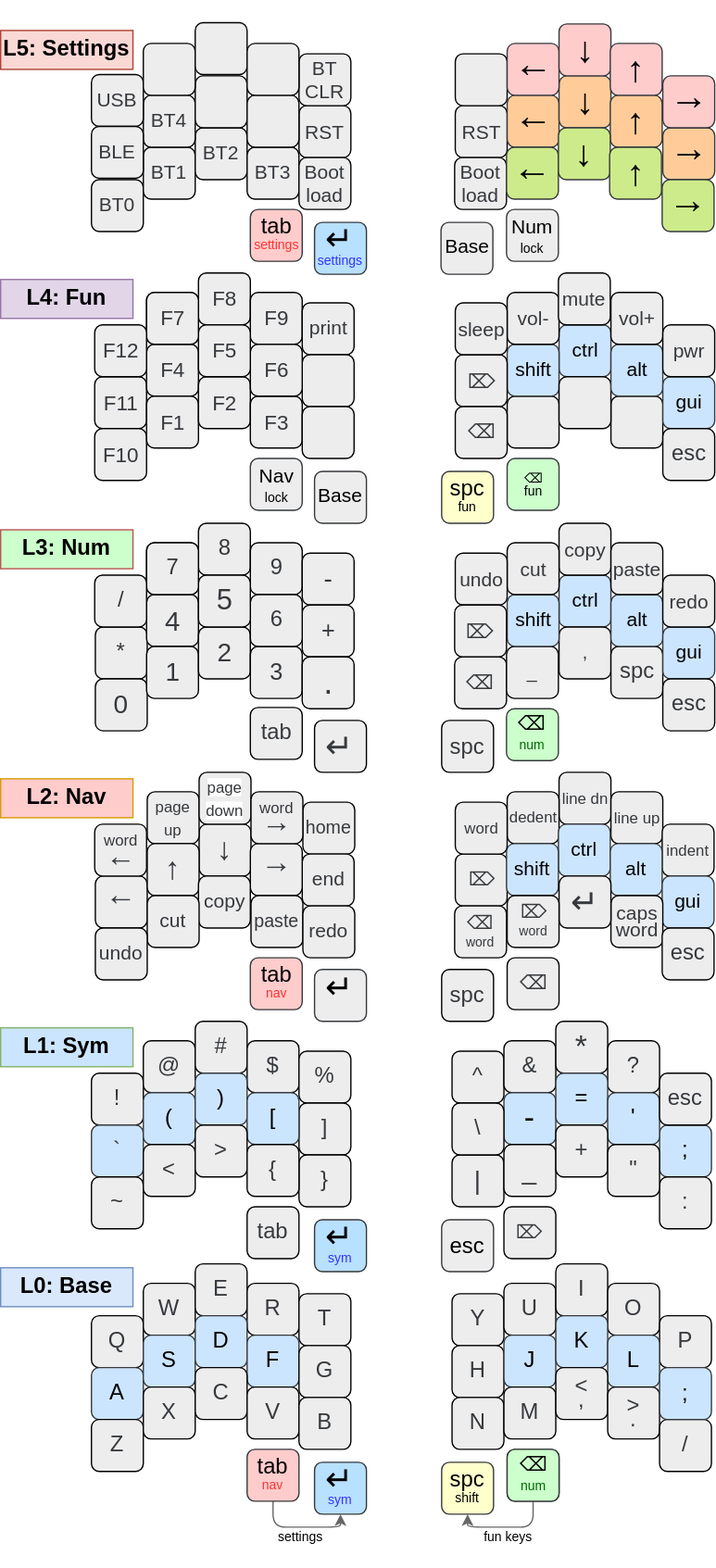
Before: images/Keymap.drawio.svg, a diagram exported from draw.io (glenn20/zmk-sweep). Source tidied: cells renumbered, new cells last; positions are measured from the earlier drawing's top-left corner, leaving out a move shared by most shapes.
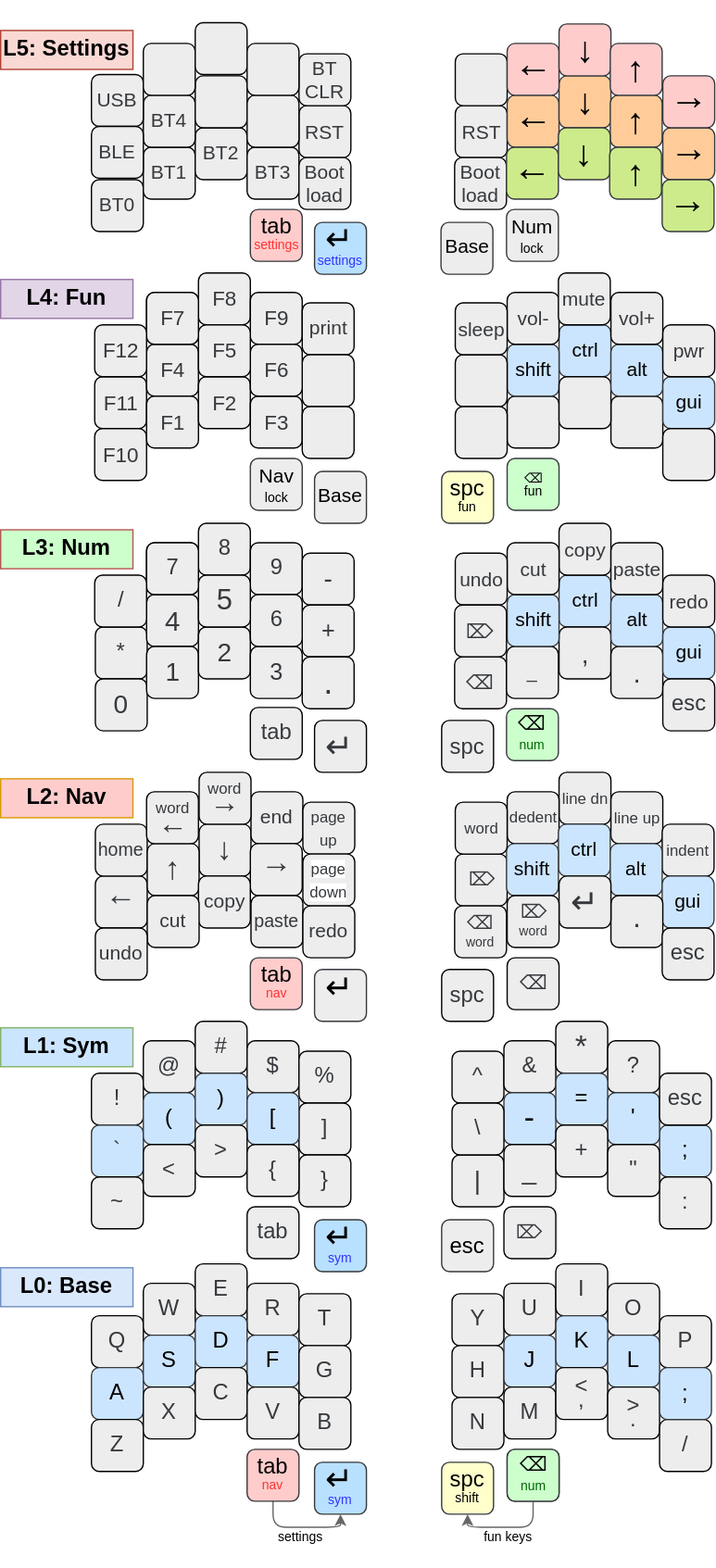
After the change.

What changed in the source:
```diff
@@ -215,16 +215,16 @@
       <mxGeometry x="73" y="658" width="40" height="40" as="geometry" />
     </mxCell>
     <mxCell id="71" value="&lt;font style=&quot;font-size: 14px;&quot;&gt;home&lt;/font&gt;" style="whiteSpace=wrap;html=1;fontSize=17;fontFamily=Helvetica;fontStyle=0;fontColor=#36393D;fillColor=#EDEDED;rounded=1;strokeColor=#000000;" parent="1" vertex="1">
-      <mxGeometry x="233" y="601" width="40" height="40" as="geometry" />
+      <mxGeometry x="73" y="618" width="40" height="40" as="geometry" />
     </mxCell>
     <mxCell id="72" value="↓" style="whiteSpace=wrap;html=1;fontSize=24;fontFamily=Helvetica;fontStyle=0;fontColor=#36393D;fillColor=#EDEDED;rounded=1;strokeColor=#000000;" parent="1" vertex="1">
       <mxGeometry x="153" y="618" width="40" height="40" as="geometry" />
     </mxCell>
     <mxCell id="73" value="&lt;font style=&quot;font-size: 15px;&quot;&gt;end&lt;/font&gt;" style="whiteSpace=wrap;html=1;fontSize=17;fontFamily=Helvetica;fontStyle=0;fontColor=#36393D;fillColor=#EDEDED;rounded=1;strokeColor=#000000;" parent="1" vertex="1">
-      <mxGeometry x="232.5" y="641" width="40" height="40" as="geometry" />
+      <mxGeometry x="193" y="593" width="40" height="40" as="geometry" />
     </mxCell>
     <mxCell id="74" value="&lt;p style=&quot;line-height: 0%;&quot;&gt;&lt;span style=&quot;font-size: 12px;&quot;&gt;page&lt;/span&gt;&lt;/p&gt;&lt;p style=&quot;line-height: 0%;&quot;&gt;&lt;span style=&quot;font-size: 12px;&quot;&gt;up&lt;/span&gt;&lt;/p&gt;" style="whiteSpace=wrap;html=1;fontSize=17;fontFamily=Helvetica;fontStyle=0;fontColor=#36393D;fillColor=#EDEDED;rounded=1;strokeColor=#000000;" parent="1" vertex="1">
-      <mxGeometry x="113" y="593" width="40" height="40" as="geometry" />
+      <mxGeometry x="233" y="601" width="40" height="40" as="geometry" />
     </mxCell>
     <mxCell id="75" value="&lt;p style=&quot;line-height: 80%;&quot;&gt;&lt;span style=&quot;font-size: 12px;&quot;&gt;dedent&lt;/span&gt;&lt;/p&gt;" style="whiteSpace=wrap;html=1;fontSize=14;fontFamily=Helvetica;fontStyle=0;fontColor=#36393D;fillColor=#EDEDED;rounded=1;strokeColor=#000000;" parent="1" vertex="1">
       <mxGeometry x="390.5" y="593" width="40" height="40" as="geometry" />
@@ -245,7 +245,7 @@
       <mxGeometry x="470" y="633" width="40" height="40" as="geometry" />
     </mxCell>
     <mxCell id="81" value="&lt;p style=&quot;line-height: 90%;&quot;&gt;&lt;span style=&quot;border-color: var(--border-color); color: rgb(54, 57, 61); font-family: Helvetica; font-style: normal; font-variant-ligatures: normal; font-variant-caps: normal; font-weight: 400; letter-spacing: normal; orphans: 2; text-align: center; text-indent: 0px; text-transform: none; widows: 2; word-spacing: 0px; -webkit-text-stroke-width: 0px; background-color: rgb(255, 255, 255); text-decoration-thickness: initial; text-decoration-style: initial; text-decoration-color: initial; font-size: 12px; float: none; display: inline !important;&quot;&gt;page&lt;/span&gt;&lt;br style=&quot;border-color: var(--border-color); color: rgb(54, 57, 61); font-family: Helvetica; font-style: normal; font-variant-ligatures: normal; font-variant-caps: normal; font-weight: 400; letter-spacing: normal; orphans: 2; text-align: center; text-indent: 0px; text-transform: none; widows: 2; word-spacing: 0px; -webkit-text-stroke-width: 0px; background-color: rgb(255, 255, 255); text-decoration-thickness: initial; text-decoration-style: initial; text-decoration-color: initial; font-size: 12px;&quot;&gt;&lt;span style=&quot;border-color: var(--border-color); color: rgb(54, 57, 61); font-family: Helvetica; font-style: normal; font-variant-ligatures: normal; font-variant-caps: normal; font-weight: 400; letter-spacing: normal; orphans: 2; text-align: center; text-indent: 0px; text-transform: none; widows: 2; word-spacing: 0px; -webkit-text-stroke-width: 0px; background-color: rgb(255, 255, 255); text-decoration-thickness: initial; text-decoration-style: initial; text-decoration-color: initial; font-size: 12px; float: none; display: inline !important;&quot;&gt;down&lt;/span&gt;&lt;/p&gt;" style="whiteSpace=wrap;html=1;fontSize=17;fontFamily=Helvetica;fontStyle=0;fontColor=#36393D;fillColor=#EDEDED;rounded=1;strokeColor=#000000;" parent="1" vertex="1">
-      <mxGeometry x="153" y="578" width="40" height="40" as="geometry" />
+      <mxGeometry x="233" y="641" width="40" height="40" as="geometry" />
     </mxCell>
     <mxCell id="82" value="&lt;font style=&quot;font-size: 15px;&quot;&gt;gui&lt;/font&gt;" style="whiteSpace=wrap;html=1;fontSize=17;fontFamily=Helvetica;fontStyle=0;fillColor=#cce5ff;rounded=1;strokeColor=#36393d;" parent="1" vertex="1">
       <mxGeometry x="510" y="658" width="40" height="40" as="geometry" />
@@ -310,7 +310,7 @@
     <mxCell id="102" value="&lt;b&gt;L5: Settings&lt;/b&gt;" style="rounded=0;whiteSpace=wrap;html=1;fontFamily=Helvetica;fontSize=17;fillColor=#fad9d5;strokeColor=#ae4132;fontStyle=0;" parent="1" vertex="1">
       <mxGeometry y="6" width="102" height="30" as="geometry" />
     </mxCell>
-    <mxCell id="103" value="&lt;font style=&quot;font-size: 15px;&quot;&gt;caps&lt;/font&gt;&lt;div style=&quot;line-height: 50%; font-size: 15px;&quot;&gt;&lt;font style=&quot;font-size: 15px;&quot;&gt;word&lt;/font&gt;&lt;/div&gt;" style="whiteSpace=wrap;html=1;fontSize=15;fontFamily=Helvetica;fontStyle=0;fontColor=#36393D;fillColor=#EDEDED;rounded=1;strokeColor=#000000;spacingTop=-4;" parent="1" vertex="1">
+    <mxCell id="103" value="&lt;font style=&quot;font-size: 22px;&quot;&gt;.&lt;/font&gt;" style="whiteSpace=wrap;html=1;fontSize=15;fontFamily=Helvetica;fontStyle=0;fontColor=#36393D;fillColor=#EDEDED;rounded=1;strokeColor=#000000;spacingTop=-4;" parent="1" vertex="1">
       <mxGeometry x="470.5" y="673" width="40" height="40" as="geometry" />
     </mxCell>
     <mxCell id="104" value="&lt;font style=&quot;font-size: 12px;&quot;&gt;word&lt;/font&gt;" style="whiteSpace=wrap;html=1;fontSize=17;fontFamily=Helvetica;fontStyle=0;fontColor=#36393D;fillColor=#EDEDED;rounded=1;strokeColor=#000000;" parent="1" vertex="1">
@@ -379,13 +379,13 @@
     <mxCell id="125" value="&lt;font style=&quot;font-size: 15px;&quot;&gt;ctrl&lt;/font&gt;" style="whiteSpace=wrap;html=1;fontSize=17;fontFamily=Helvetica;fontStyle=0;fillColor=#cce5ff;rounded=1;strokeColor=#36393d;" parent="1" vertex="1">
       <mxGeometry x="430.5" y="426" width="40" height="40" as="geometry" />
     </mxCell>
-    <mxCell id="126" value="," style="whiteSpace=wrap;html=1;fontSize=14;fontFamily=Helvetica;fontStyle=0;fontColor=#36393D;fillColor=#EDEDED;rounded=1;strokeColor=#000000;" parent="1" vertex="1">
+    <mxCell id="126" value="&lt;font style=&quot;font-size: 20px;&quot;&gt;,&lt;/font&gt;" style="whiteSpace=wrap;html=1;fontSize=14;fontFamily=Helvetica;fontStyle=0;fontColor=#36393D;fillColor=#EDEDED;rounded=1;strokeColor=#000000;" parent="1" vertex="1">
       <mxGeometry x="430.5" y="466" width="40" height="40" as="geometry" />
     </mxCell>
     <mxCell id="127" value="&lt;font style=&quot;font-size: 15px;&quot;&gt;shift&lt;/font&gt;" style="whiteSpace=wrap;html=1;fontSize=17;fontFamily=Helvetica;fontStyle=0;fillColor=#cce5ff;rounded=1;strokeColor=#36393d;" parent="1" vertex="1">
       <mxGeometry x="390.5" y="441" width="40" height="40" as="geometry" />
     </mxCell>
-    <mxCell id="128" value="spc" style="whiteSpace=wrap;html=1;fontSize=17;fontFamily=Helvetica;fontStyle=0;fontColor=#36393D;fillColor=#EDEDED;rounded=1;strokeColor=#000000;" parent="1" vertex="1">
+    <mxCell id="128" value="&lt;font style=&quot;font-size: 21px;&quot;&gt;.&lt;/font&gt;" style="whiteSpace=wrap;html=1;fontSize=17;fontFamily=Helvetica;fontStyle=0;fontColor=#36393D;fillColor=#EDEDED;rounded=1;strokeColor=#000000;" parent="1" vertex="1">
       <mxGeometry x="470.5" y="481" width="40" height="40" as="geometry" />
     </mxCell>
     <mxCell id="129" value="&lt;font style=&quot;font-size: 15px;&quot;&gt;alt&lt;/font&gt;" style="whiteSpace=wrap;html=1;fontSize=17;fontFamily=Helvetica;fontStyle=0;fillColor=#cce5ff;rounded=1;strokeColor=#36393d;" parent="1" vertex="1">
@@ -493,7 +493,7 @@
     <mxCell id="163" value="mute" style="whiteSpace=wrap;html=1;fontSize=15;fontFamily=Helvetica;fontStyle=0;fontColor=#36393D;fillColor=#EDEDED;rounded=1;strokeColor=#000000;" parent="1" vertex="1">
       <mxGeometry x="430" y="193" width="40" height="40" as="geometry" />
     </mxCell>
-    <mxCell id="164" value="esc" style="whiteSpace=wrap;html=1;rotation=0;fontSize=17;fontFamily=Helvetica;fontStyle=0;fontColor=#36393D;fillColor=#EDEDED;strokeColor=#000000;rounded=1;" parent="1" vertex="1">
+    <mxCell id="164" style="whiteSpace=wrap;html=1;rotation=0;fontSize=17;fontFamily=Helvetica;fontStyle=0;fontColor=#36393D;fillColor=#EDEDED;strokeColor=#000000;rounded=1;" parent="1" vertex="1">
       <mxGeometry x="510.5" y="313" width="40" height="40" as="geometry" />
     </mxCell>
     <mxCell id="165" style="edgeStyle=orthogonalEdgeStyle;rounded=1;jettySize=auto;html=1;exitX=0.5;exitY=1;exitDx=0;exitDy=0;entryX=0.5;entryY=1;entryDx=0;entryDy=0;strokeColor=#666666;" parent="1" edge="1" source="166" target="85">
@@ -549,7 +549,7 @@
     <mxCell id="180" value="&lt;p style=&quot;line-height: 60%; font-size: 26px;&quot;&gt;&lt;font style=&quot;font-size: 26px;&quot;&gt;↵&lt;/font&gt;&lt;br style=&quot;font-size: 26px;&quot;&gt;&lt;/p&gt;" style="whiteSpace=wrap;html=1;rotation=0;fontSize=26;fontFamily=Helvetica;fontStyle=0;fontColor=#36393D;fillColor=#EDEDED;rounded=1;strokeColor=#000000;" parent="1" vertex="1">
       <mxGeometry x="242" y="538" width="40" height="40" as="geometry" />
     </mxCell>
-    <mxCell id="181" value="&lt;span style=&quot;color: rgb(54, 57, 61); font-family: Helvetica; font-size: 15px; font-style: normal; font-variant-ligatures: normal; font-variant-caps: normal; font-weight: 400; letter-spacing: normal; orphans: 2; text-align: center; text-indent: 0px; text-transform: none; widows: 2; word-spacing: 0px; -webkit-text-stroke-width: 0px; text-decoration-thickness: initial; text-decoration-style: initial; text-decoration-color: initial; float: none; display: inline !important;&quot;&gt;⌦&lt;/span&gt;" style="whiteSpace=wrap;html=1;fontSize=15;fontFamily=Helvetica;fontStyle=0;fillColor=#EDEDED;strokeColor=#000000;fontColor=#36393D;rounded=1;" parent="1" vertex="1">
+    <mxCell id="181" style="whiteSpace=wrap;html=1;fontSize=15;fontFamily=Helvetica;fontStyle=0;fillColor=#EDEDED;strokeColor=#000000;fontColor=#36393D;rounded=1;" parent="1" vertex="1">
       <mxGeometry x="350.5" y="256" width="40" height="40" as="geometry" />
     </mxCell>
     <mxCell id="182" value="&lt;font style=&quot;font-size: 15px;&quot;&gt;copy&lt;/font&gt;" style="whiteSpace=wrap;html=1;fontSize=17;fontFamily=Helvetica;fontStyle=0;fontColor=#36393D;fillColor=#EDEDED;rounded=1;strokeColor=#000000;" parent="1" vertex="1">
@@ -568,10 +568,10 @@
       <mxGeometry x="73" y="698" width="40" height="40" as="geometry" />
     </mxCell>
     <mxCell id="187" value="&lt;p style=&quot;line-height: 0%; font-size: 12px;&quot;&gt;&lt;font style=&quot;font-size: 12px;&quot;&gt;word&lt;/font&gt;&lt;/p&gt;&lt;p style=&quot;line-height: 0%;&quot;&gt;&lt;span style=&quot;background-color: initial;&quot;&gt;&lt;font style=&quot;font-size: 23px;&quot;&gt;←&lt;/font&gt;&lt;/span&gt;&lt;/p&gt;" style="whiteSpace=wrap;html=1;fontSize=12;fontFamily=Helvetica;fontStyle=0;fillColor=#EDEDED;strokeColor=#000000;fontColor=#36393D;rounded=1;verticalAlign=middle;spacingTop=0;" parent="1" vertex="1">
-      <mxGeometry x="72.5" y="618" width="40" height="40" as="geometry" />
+      <mxGeometry x="112.5" y="593" width="40" height="40" as="geometry" />
     </mxCell>
     <mxCell id="188" value="&lt;p style=&quot;line-height: 80%;&quot;&gt;word&lt;br&gt;&lt;font style=&quot;font-size: 23px;&quot;&gt;→&lt;/font&gt;&lt;/p&gt;" style="whiteSpace=wrap;html=1;fontSize=12;fontFamily=Helvetica;fontStyle=0;fontColor=#36393D;fillColor=#EDEDED;rounded=1;strokeColor=#000000;spacingTop=0;" parent="1" vertex="1">
-      <mxGeometry x="193" y="593" width="40" height="40" as="geometry" />
+      <mxGeometry x="153" y="578" width="40" height="40" as="geometry" />
     </mxCell>
     <mxCell id="189" value="&lt;p style=&quot;line-height: 60%; font-size: 26px;&quot;&gt;&lt;font style=&quot;font-size: 26px;&quot;&gt;↵&lt;/font&gt;&lt;br style=&quot;font-size: 26px;&quot;&gt;&lt;/p&gt;" style="whiteSpace=wrap;html=1;rotation=0;fontSize=26;fontFamily=Helvetica;fontStyle=0;fontColor=#36393D;fillColor=#EDEDED;rounded=1;strokeColor=#000000;" parent="1" vertex="1">
       <mxGeometry x="430.5" y="658" width="40" height="40" as="geometry" />
@@ -639,7 +639,7 @@
     <mxCell id="210" value="⌦" style="whiteSpace=wrap;html=1;fontSize=14;fontFamily=Helvetica;fontStyle=0;fontColor=#36393D;fillColor=#EDEDED;rounded=1;strokeColor=#000000;" parent="1" vertex="1">
       <mxGeometry x="388" y="913" width="40" height="40" as="geometry" />
     </mxCell>
-    <mxCell id="211" value="&lt;p style=&quot;line-height: 95%;&quot;&gt;&lt;font style=&quot;&quot;&gt;⌫&lt;br&gt;&lt;/font&gt;&lt;/p&gt;" style="whiteSpace=wrap;html=1;fontSize=15;fontFamily=Helvetica;fontStyle=0;fontColor=#36393D;fillColor=#EDEDED;rounded=1;strokeColor=#000000;" parent="1" vertex="1">
+    <mxCell id="211" value="&lt;p style=&quot;line-height: 95%;&quot;&gt;&lt;font style=&quot;&quot;&gt;&lt;br&gt;&lt;/font&gt;&lt;/p&gt;" style="whiteSpace=wrap;html=1;fontSize=15;fontFamily=Helvetica;fontStyle=0;fontColor=#36393D;fillColor=#EDEDED;rounded=1;strokeColor=#000000;" parent="1" vertex="1">
       <mxGeometry x="350.5" y="296" width="40" height="40" as="geometry" />
     </mxCell>
     <mxCell id="212" value="&lt;p style=&quot;line-height: 70%;&quot;&gt;&lt;font style=&quot;font-size: 15px;&quot;&gt;Base&lt;/font&gt;&lt;/p&gt;" style="whiteSpace=wrap;html=1;rotation=0;fontSize=17;fontFamily=Helvetica;fontStyle=0;fillColor=#EDEDED;rounded=1;strokeColor=#36393d;spacingTop=-5;" parent="1" vertex="1">
```
